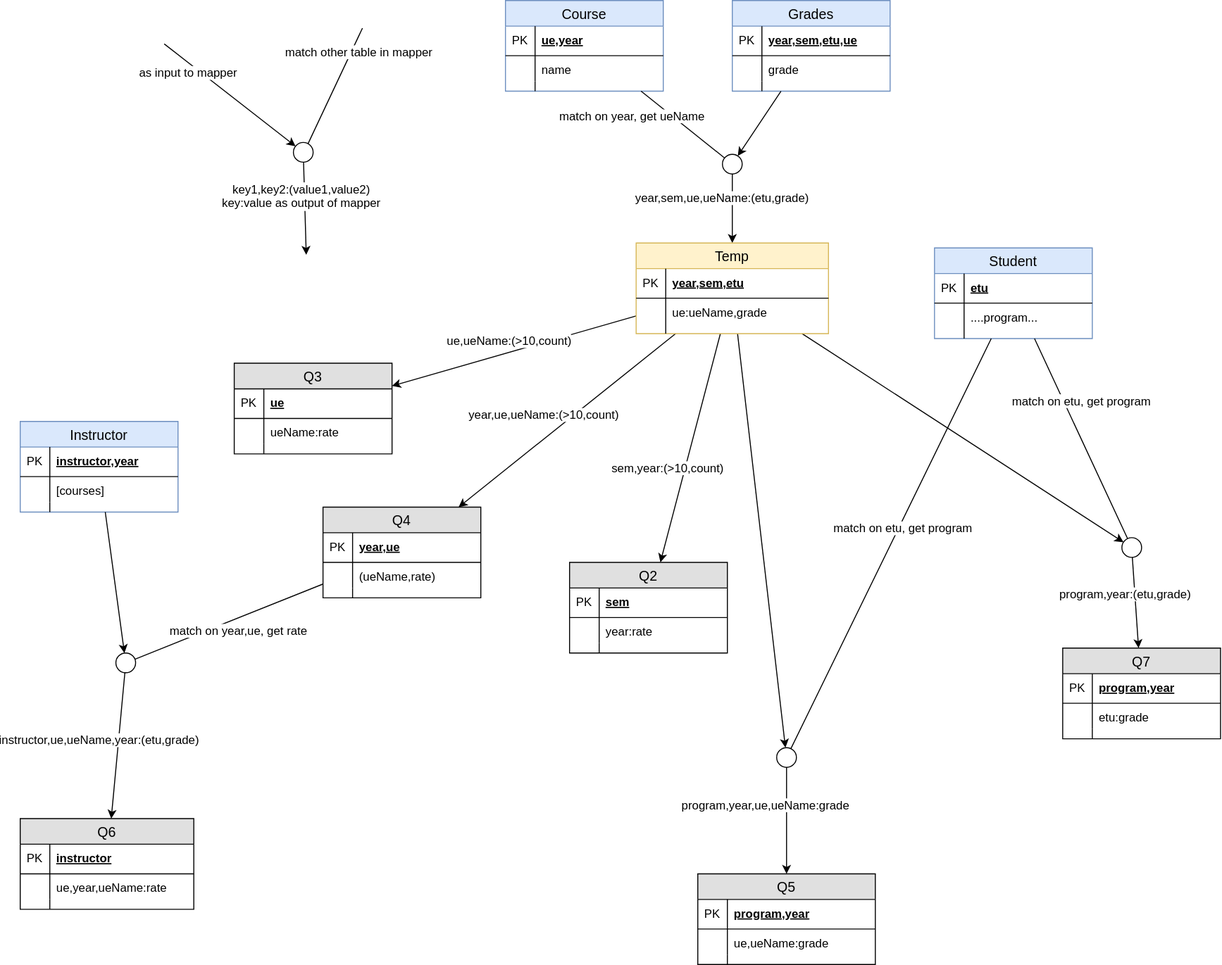
Above: tables_diagram.svg in xairon/MapReduce_jobs (draw.io), before the change. Source tidied: cells renumbered, new cells last; positions are measured from the earlier drawing's top-left corner, leaving out a move shared by most shapes.
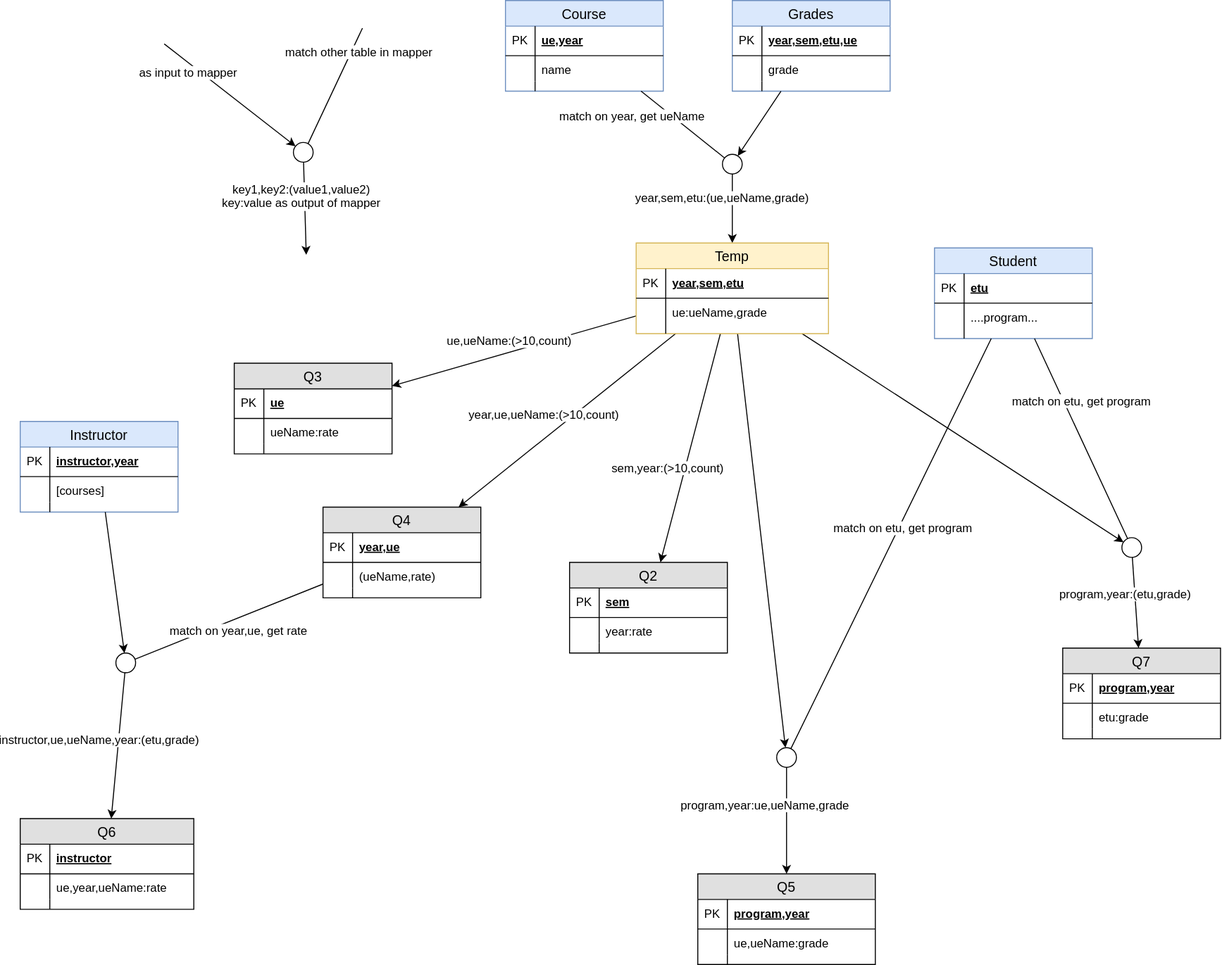
Later version of the same file.

Diff of the diagram source:
```diff
@@ -245,7 +245,7 @@
     <mxCell id="80" style="endArrow=classic;html=1;" parent="1" edge="1" source="77" target="109">
       <mxGeometry relative="1" as="geometry" />
     </mxCell>
-    <mxCell id="81" value="year,sem,ue,ueName:(etu,grade)" style="text;html=1;align=center;verticalAlign=middle;labelBackgroundColor=#ffffff;" parent="80" vertex="1">
+    <mxCell id="81" value="year,sem,etu:(ue,ueName,grade)" style="text;html=1;align=center;verticalAlign=middle;labelBackgroundColor=#ffffff;" parent="80" vertex="1">
       <mxGeometry x="-0.34" y="1" relative="1" as="geometry">
         <mxPoint x="1" as="offset" />
       </mxGeometry>
@@ -275,7 +275,7 @@
     <mxCell id="88" style="endArrow=classic;html=1;" parent="1" edge="1" source="86" target="23">
       <mxGeometry relative="1" as="geometry" />
     </mxCell>
-    <mxCell id="89" value="program,year,ue,ueName:grade" style="text;html=1;align=center;verticalAlign=middle;labelBackgroundColor=#ffffff;" parent="88" vertex="1">
+    <mxCell id="89" value="program,year:ue,ueName,grade" style="text;html=1;align=center;verticalAlign=middle;labelBackgroundColor=#ffffff;" parent="88" vertex="1">
       <mxGeometry x="-0.2" y="4" relative="1" as="geometry">
         <mxPoint x="-12.5" y="-6" as="offset" />
       </mxGeometry>
```
